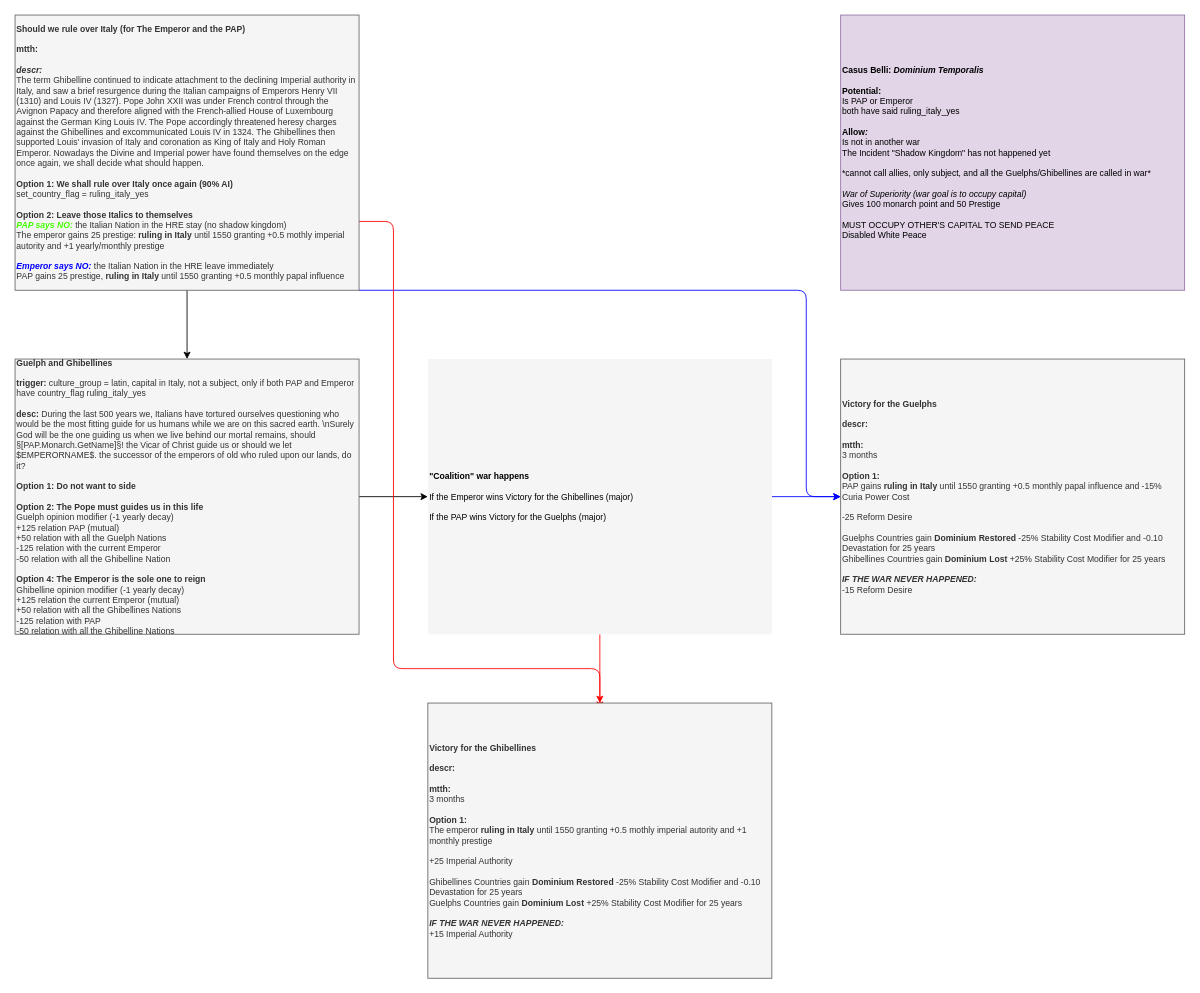
Before: It's Spaghetti Time/Guelph vs Ghibellines.drawio in Melvasul/Missions-Expanded, a draw.io diagram. Source tidied: cells renumbered, new cells numbered last; positions are measured from the earlier drawing's top-left corner, leaving out a move shared by most shapes. Both pictures are drawn from the tidied source at 86%, with x=0, y=0 at pixel (15, 15).
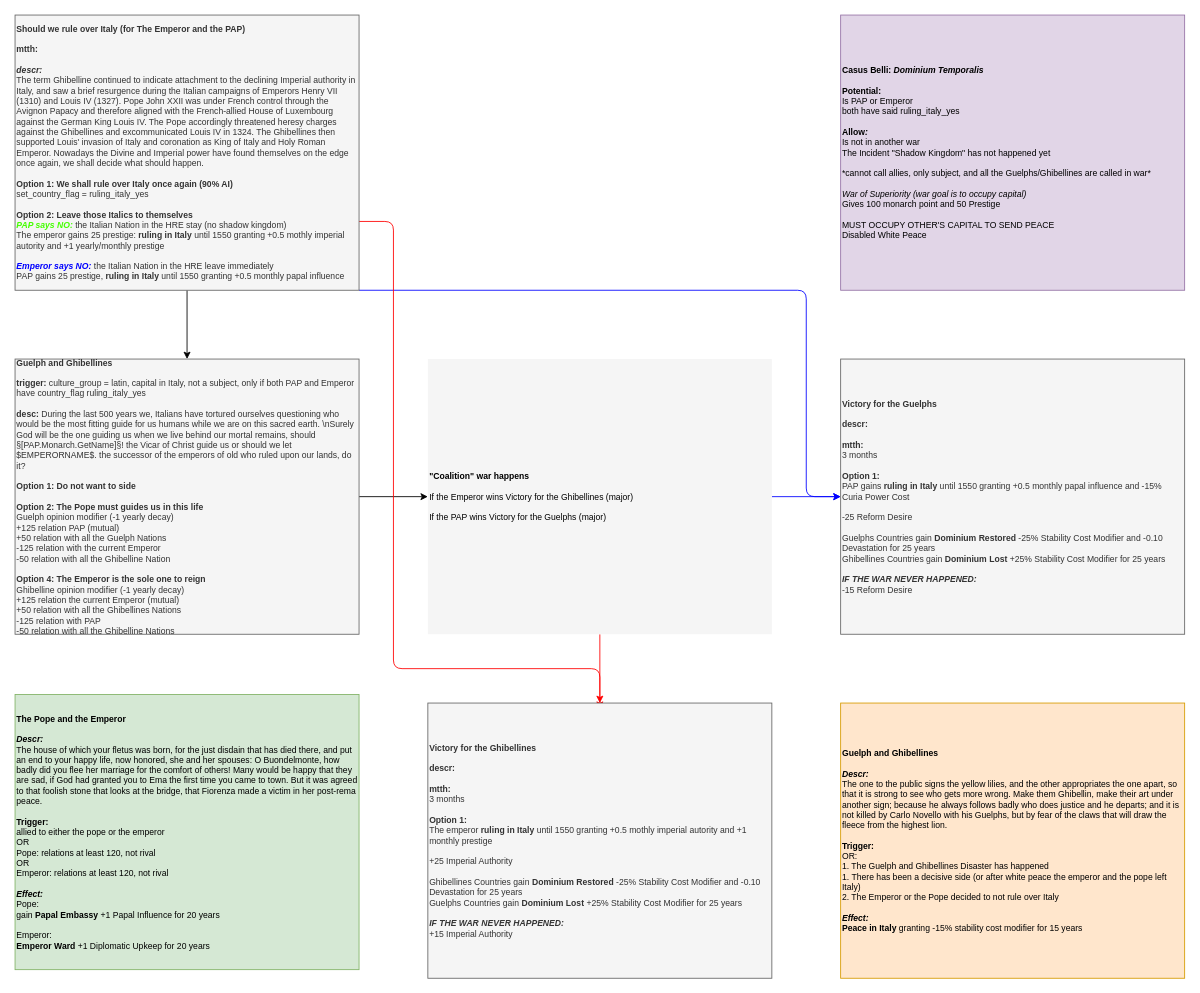
The same diagram, later.

Change to the diagram source:
```diff
@@
+    <mxCell id="14" value="&lt;div style=&quot;font-size: 10px&quot; align=&quot;left&quot;&gt;&lt;b style=&quot;font-size: 10px&quot;&gt;Guelph and Ghibellines&lt;/b&gt;&lt;/div&gt;&lt;div style=&quot;font-size: 10px&quot; align=&quot;left&quot;&gt;&lt;b style=&quot;font-size: 10px&quot;&gt;&lt;br&gt;&lt;/b&gt;&lt;/div&gt;&lt;div style=&quot;font-size: 10px&quot; align=&quot;left&quot;&gt;&lt;div align=&quot;left&quot;&gt;&lt;b&gt;&lt;i&gt;Descr:&lt;/i&gt;&lt;/b&gt;&lt;/div&gt;&lt;div align=&quot;left&quot;&gt;The one to the public signs the yellow lilies, and the other appropriates the one apart, so that it is strong to see who gets more wrong. Make them Ghibellin, make their art under another sign; because he always follows badly who does justice and he departs; and it is not killed by Carlo Novello with his Guelphs, but by fear of the claws that will draw the fleece from the highest lion.&lt;br&gt;&lt;/div&gt;&lt;/div&gt;&lt;div style=&quot;font-size: 10px&quot; align=&quot;left&quot;&gt;&lt;br style=&quot;font-size: 10px&quot;&gt;&lt;/div&gt;&lt;div style=&quot;font-size: 10px&quot; align=&quot;left&quot;&gt;&lt;b style=&quot;font-size: 10px&quot;&gt;Trigger:&lt;/b&gt;&lt;/div&gt;&lt;div style=&quot;font-size: 10px&quot; align=&quot;left&quot;&gt;OR:&lt;br&gt;1. The Guelph and Ghibellines Disaster has happened&lt;/div&gt;&lt;div style=&quot;font-size: 10px&quot; align=&quot;left&quot;&gt;1.&amp;nbsp;There has been a decisive side (or after white peace the emperor and the pope left Italy)&lt;/div&gt;&lt;div style=&quot;font-size: 10px&quot; align=&quot;left&quot;&gt;2. The Emperor or the Pope decided to not rule over Italy&lt;/div&gt;&lt;div style=&quot;font-size: 10px&quot; align=&quot;left&quot;&gt;&lt;br style=&quot;font-size: 10px&quot;&gt;&lt;/div&gt;&lt;div style=&quot;font-size: 10px&quot; align=&quot;left&quot;&gt;&lt;font style=&quot;font-size: 10px&quot;&gt;&lt;font style=&quot;font-size: 10px&quot;&gt;&lt;b style=&quot;font-size: 10px&quot;&gt;&lt;i style=&quot;font-size: 10px&quot;&gt;Effect:&lt;/i&gt;&lt;/b&gt;&lt;/font&gt;&lt;/font&gt;&lt;/div&gt;&lt;div style=&quot;font-size: 10px&quot; align=&quot;left&quot;&gt;&lt;b&gt;Peace in Italy&lt;/b&gt;&amp;nbsp;granting -15% stability cost modifier for 15 years&lt;/div&gt;" style="rounded=0;whiteSpace=wrap;html=1;align=left;fontSize=10;fillColor=#ffe6cc;strokeColor=#d79b00;fontColor=#000000;" parent="1" vertex="1">
+      <mxGeometry x="960" y="800" width="400" height="320" as="geometry" />
+    </mxCell>
+    <mxCell id="15" value="&lt;div style=&quot;font-size: 10px&quot; align=&quot;left&quot;&gt;&lt;b style=&quot;font-size: 10px&quot;&gt;The Pope and the Emperor&lt;/b&gt;&lt;/div&gt;&lt;div style=&quot;font-size: 10px&quot; align=&quot;left&quot;&gt;&lt;b style=&quot;font-size: 10px&quot;&gt;&lt;br&gt;&lt;/b&gt;&lt;/div&gt;&lt;div style=&quot;font-size: 10px&quot; align=&quot;left&quot;&gt;&lt;div align=&quot;left&quot;&gt;&lt;b&gt;&lt;i&gt;Descr:&lt;/i&gt;&lt;/b&gt;&lt;/div&gt;&lt;div align=&quot;left&quot;&gt;&lt;span class=&quot;VIiyi&quot; lang=&quot;en&quot;&gt;&lt;span class=&quot;JLqJ4b ChMk0b&quot;&gt;&lt;span&gt;The house of which your fletus was born, for the just disdain that has died there, and put an end to your happy life, now honored, she and her spouses: O Buondelmonte, how badly did you flee her marriage for the comfort of others!&lt;/span&gt;&lt;/span&gt; &lt;span class=&quot;JLqJ4b ChMk0b&quot;&gt;&lt;span&gt;Many would be happy that they are sad, if God had granted you to Ema the first time you came to town.&lt;/span&gt;&lt;/span&gt; &lt;span class=&quot;JLqJ4b ChMk0b&quot;&gt;&lt;span&gt;But it was agreed to that foolish stone that looks at the bridge, that Fiorenza made a victim in her post-rema peace.&lt;/span&gt;&lt;/span&gt;&lt;/span&gt;&lt;br&gt;&lt;/div&gt;&lt;/div&gt;&lt;div style=&quot;font-size: 10px&quot; align=&quot;left&quot;&gt;&lt;br style=&quot;font-size: 10px&quot;&gt;&lt;/div&gt;&lt;div style=&quot;font-size: 10px&quot; align=&quot;left&quot;&gt;&lt;b style=&quot;font-size: 10px&quot;&gt;Trigger:&lt;/b&gt;&lt;/div&gt;&lt;div style=&quot;font-size: 10px&quot; align=&quot;left&quot;&gt;allied to either the pope or the emperor&lt;/div&gt;&lt;div style=&quot;font-size: 10px&quot; align=&quot;left&quot;&gt;&lt;span&gt;OR&lt;/span&gt;&lt;br&gt;&lt;/div&gt;&lt;div style=&quot;font-size: 10px&quot; align=&quot;left&quot;&gt;&lt;span&gt;Pope:&amp;nbsp;&lt;/span&gt;&lt;span&gt;relations at least 120,&amp;nbsp;&lt;/span&gt;&lt;span&gt;not rival&lt;/span&gt;&lt;/div&gt;&lt;div style=&quot;font-size: 10px&quot; align=&quot;left&quot;&gt;&lt;span&gt;OR&lt;/span&gt;&lt;br&gt;&lt;/div&gt;&lt;div style=&quot;font-size: 10px&quot; align=&quot;left&quot;&gt;&lt;span&gt;Emperor:&amp;nbsp;&lt;/span&gt;&lt;span&gt;relations at least 120,&amp;nbsp;&lt;/span&gt;&lt;span&gt;not rival&lt;/span&gt;&lt;/div&gt;&lt;div style=&quot;font-size: 10px&quot; align=&quot;left&quot;&gt;&lt;br style=&quot;font-size: 10px&quot;&gt;&lt;/div&gt;&lt;div style=&quot;font-size: 10px&quot; align=&quot;left&quot;&gt;&lt;font style=&quot;font-size: 10px&quot;&gt;&lt;font style=&quot;font-size: 10px&quot;&gt;&lt;b style=&quot;font-size: 10px&quot;&gt;&lt;i style=&quot;font-size: 10px&quot;&gt;Effect:&lt;/i&gt;&lt;/b&gt;&lt;/font&gt;&lt;/font&gt;&lt;/div&gt;&lt;div style=&quot;font-size: 10px&quot; align=&quot;left&quot;&gt;Pope:&lt;/div&gt;&lt;div style=&quot;font-size: 10px&quot; align=&quot;left&quot;&gt;&lt;span&gt;gain &lt;/span&gt;&lt;b&gt;Papal Embassy&lt;/b&gt;&lt;span&gt;&amp;nbsp;+1 Papal Influence for 20 years&lt;/span&gt;&lt;br&gt;&lt;/div&gt;&lt;div style=&quot;font-size: 10px&quot; align=&quot;left&quot;&gt;&lt;br&gt;&lt;/div&gt;&lt;div style=&quot;font-size: 10px&quot; align=&quot;left&quot;&gt;Emperor:&amp;nbsp;&lt;/div&gt;&lt;div style=&quot;font-size: 10px&quot; align=&quot;left&quot;&gt;&lt;b&gt;Emperor Ward &lt;/b&gt;+1 Diplomatic Upkeep for 20 years&lt;/div&gt;" style="rounded=0;whiteSpace=wrap;html=1;align=left;fontSize=10;fillColor=#d5e8d4;strokeColor=#82b366;fontColor=#000000;" parent="1" vertex="1">
+      <mxGeometry y="790" width="400" height="320" as="geometry" />
+    </mxCell>
```
